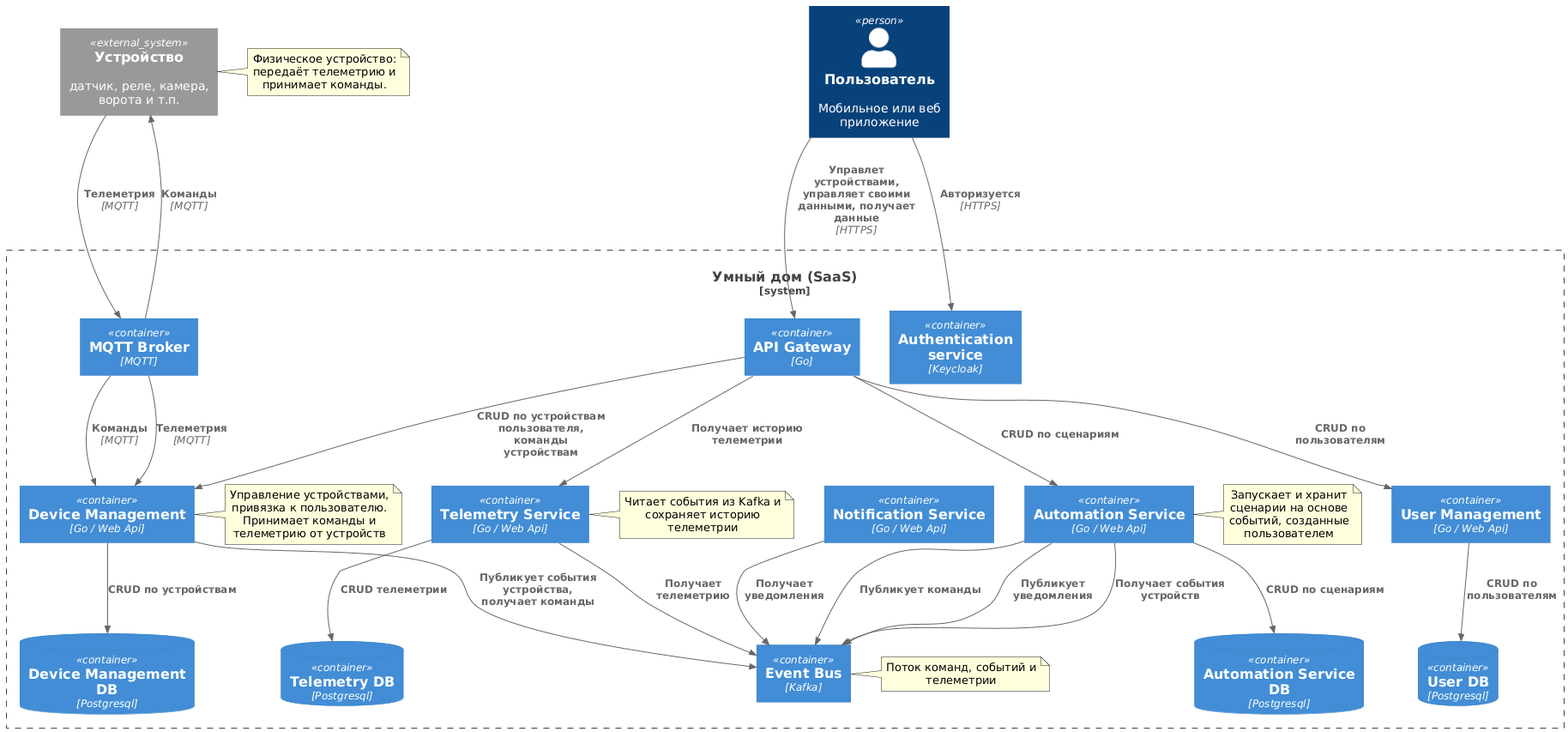
The PlantUML diagram images/c4new.png in Gotoh666/architecture-warmhouse, before a commit.
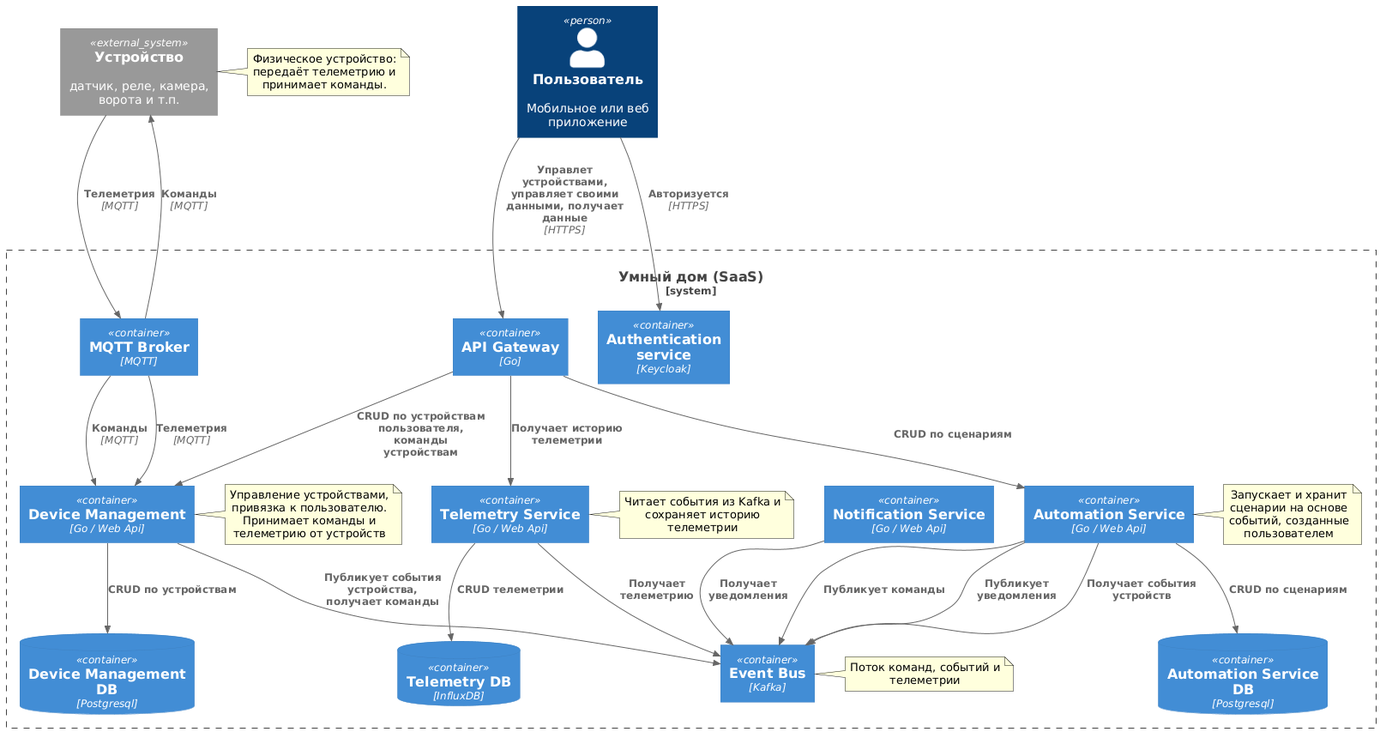
Above is the later version.

Diff of the diagram source:
```diff
@@ -12,7 +12,6 @@
 
 Container(api_gateway, "API Gateway", "Go")
 Container(auth, "Authentication service", "Keycloak")
-Container(user_mgmt, "User Management", "Go / Web Api")
 Container(device_management, "Device Management", "Go / Web Api")
 note right of device_management
 Управление устройствами, привязка к пользователю.
@@ -38,8 +37,7 @@
 
 Container(mqtt, "MQTT Broker", "MQTT")
 
-ContainerDb(user_db, "User DB", "Postgresql")
-ContainerDb(telemetry_db, "Telemetry DB", "Postgresql")
+ContainerDb(telemetry_db, "Telemetry DB", "InfluxDB")
 ContainerDb(device_management_db, "Device Management DB", "Postgresql")
 ContainerDb(automation_service_db, "Automation Service DB", "Postgresql")
 
@@ -52,7 +50,6 @@
 Rel(mqtt, device, "Команды", "MQTT")
 Rel(device_management, kafka, "Публикует события устройства, получает команды")
 
-Rel(api_gateway, user_mgmt, "CRUD по пользователям")
 Rel(api_gateway, device_management, "CRUD по устройствам пользователя, команды устройствам")
 Rel(api_gateway, telemetry_service, "Получает историю телеметрии")
 Rel(api_gateway, automation_service, "CRUD по сценариям")
@@ -64,7 +61,6 @@
 Rel(automation_service, kafka, "Публикует команды")
 Rel(automation_service, kafka, "Публикует уведомления")
 
-Rel(user_mgmt, user_db, "CRUD по пользователям")
 Rel(device_management, device_management_db, "CRUD по устройствам")
 Rel(telemetry_service, telemetry_db, "CRUD телеметрии")
 Rel(automation_service, automation_service_db, "CRUD по сценариям")
```
